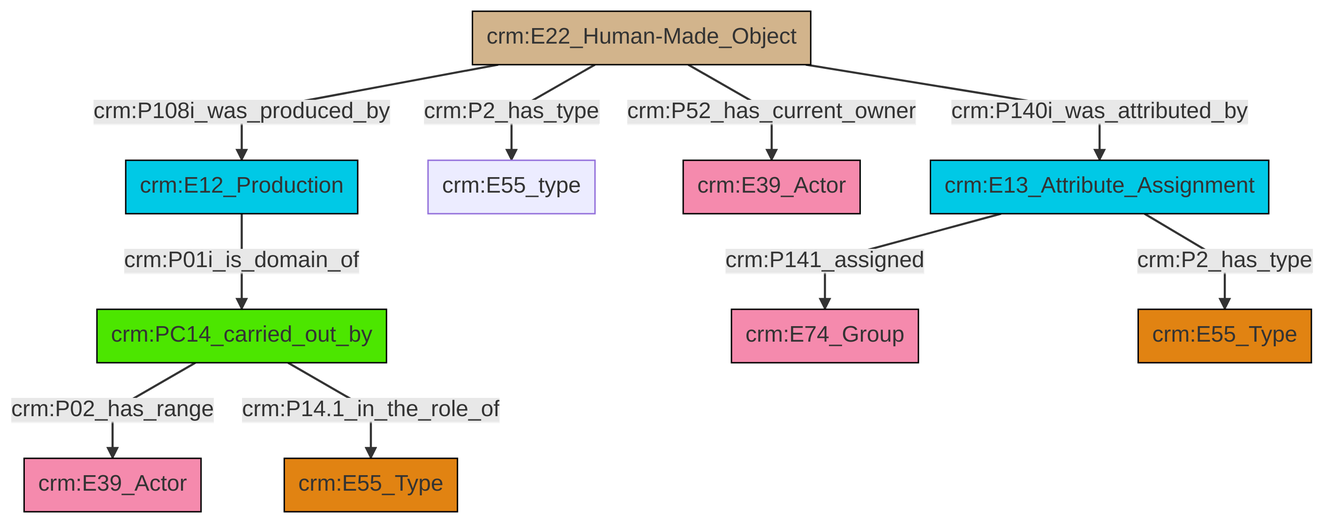
Above: et/builtWorkCSV/ttl/mmd/png/Built_Work_actor_relations.png in swiss-art-research-net/docs.swissartresearch (Mermaid), before the change. Its source is kept beside it as et/builtWorkCSV/ttl/mmd/Built_Work_actor_relations.ttl.mmd. Its diagram source:
```mermaid
graph TD
classDef Literal fill:#f2f2f2,stroke:#000000;
classDef CRM_Entity fill:#FFFFFF,stroke:#000000;
classDef Temporal_Entity fill:#00C9E6, stroke:#000000;
classDef Type fill:#E18312, stroke:#000000;
classDef Time-Span fill:#2C9C91, stroke:#000000;
classDef Appellation fill:#FFEB7F, stroke:#000000;
classDef Place fill:#008836, stroke:#000000;
classDef Persistent_Item fill:#B266B2, stroke:#000000;
classDef Conceptual_Object fill:#FFD700, stroke:#000000;
classDef Physical_Thing fill:#D2B48C, stroke:#000000;
classDef Actor fill:#f58aad, stroke:#000000;
classDef PC_Classes fill:#4ce600, stroke:#000000;
classDef Multi fill:#cccccc,stroke:#000000;

2["crm:E13_Attribute_Assignment"]:::Temporal_Entity -->|crm:P141_assigned| 3["crm:E74_Group"]:::Actor
4["crm:E22_Human-Made_Object"]:::Physical_Thing -->|crm:P108i_was_produced_by| 15["crm:E12_Production"]:::Temporal_Entity
0["crm:PC14_carried_out_by"]:::PC_Classes -->|crm:P02_has_range| 18["crm:E39_Actor"]:::Actor
4["crm:E22_Human-Made_Object"]:::Physical_Thing -->|crm:P140i_was_attributed_by| 2["crm:E13_Attribute_Assignment"]:::Temporal_Entity
0["crm:PC14_carried_out_by"]:::PC_Classes -->|crm:P14.1_in_the_role_of| 6["crm:E55_Type"]:::Type
4["crm:E22_Human-Made_Object"]:::Physical_Thing -->|crm:P52_has_current_owner| 12["crm:E39_Actor"]:::Actor
15["crm:E12_Production"]:::Temporal_Entity -->|crm:P01i_is_domain_of| 0["crm:PC14_carried_out_by"]:::PC_Classes
2["crm:E13_Attribute_Assignment"]:::Temporal_Entity -->|crm:P2_has_type| 8["crm:E55_Type"]:::Type
4["crm:E22_Human-Made_Object"]:::Physical_Thing -->|crm:P2_has_type| 10["crm:E55_type"]:::Default
```
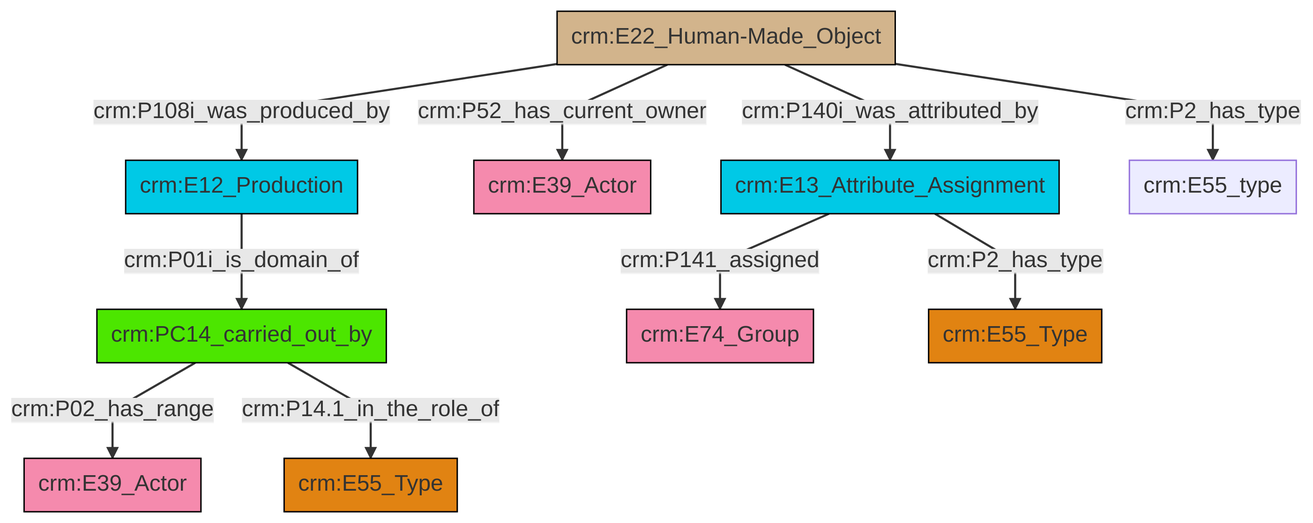
After the commit.

What changed in the source:
```diff
@@ -13,12 +13,12 @@
 classDef PC_Classes fill:#4ce600, stroke:#000000;
 classDef Multi fill:#cccccc,stroke:#000000;
 
-2["crm:E13_Attribute_Assignment"]:::Temporal_Entity -->|crm:P141_assigned| 3["crm:E74_Group"]:::Actor
-4["crm:E22_Human-Made_Object"]:::Physical_Thing -->|crm:P108i_was_produced_by| 15["crm:E12_Production"]:::Temporal_Entity
-0["crm:PC14_carried_out_by"]:::PC_Classes -->|crm:P02_has_range| 18["crm:E39_Actor"]:::Actor
-4["crm:E22_Human-Made_Object"]:::Physical_Thing -->|crm:P140i_was_attributed_by| 2["crm:E13_Attribute_Assignment"]:::Temporal_Entity
-0["crm:PC14_carried_out_by"]:::PC_Classes -->|crm:P14.1_in_the_role_of| 6["crm:E55_Type"]:::Type
-4["crm:E22_Human-Made_Object"]:::Physical_Thing -->|crm:P52_has_current_owner| 12["crm:E39_Actor"]:::Actor
-15["crm:E12_Production"]:::Temporal_Entity -->|crm:P01i_is_domain_of| 0["crm:PC14_carried_out_by"]:::PC_Classes
-2["crm:E13_Attribute_Assignment"]:::Temporal_Entity -->|crm:P2_has_type| 8["crm:E55_Type"]:::Type
-4["crm:E22_Human-Made_Object"]:::Physical_Thing -->|crm:P2_has_type| 10["crm:E55_type"]:::Default
+0["crm:E12_Production"]:::Temporal_Entity -->|crm:P01i_is_domain_of| 1["crm:PC14_carried_out_by"]:::PC_Classes
+4["crm:E22_Human-Made_Object"]:::Physical_Thing -->|crm:P52_has_current_owner| 5["crm:E39_Actor"]:::Actor
+13["crm:E13_Attribute_Assignment"]:::Temporal_Entity -->|crm:P2_has_type| 10["crm:E55_Type"]:::Type
+1["crm:PC14_carried_out_by"]:::PC_Classes -->|crm:P02_has_range| 2["crm:E39_Actor"]:::Actor
+1["crm:PC14_carried_out_by"]:::PC_Classes -->|crm:P14.1_in_the_role_of| 6["crm:E55_Type"]:::Type
+4["crm:E22_Human-Made_Object"]:::Physical_Thing -->|crm:P2_has_type| 15["crm:E55_type"]:::Default
+13["crm:E13_Attribute_Assignment"]:::Temporal_Entity -->|crm:P141_assigned| 8["crm:E74_Group"]:::Actor
+4["crm:E22_Human-Made_Object"]:::Physical_Thing -->|crm:P108i_was_produced_by| 0["crm:E12_Production"]:::Temporal_Entity
+4["crm:E22_Human-Made_Object"]:::Physical_Thing -->|crm:P140i_was_attributed_by| 13["crm:E13_Attribute_Assignment"]:::Temporal_Entity
```
